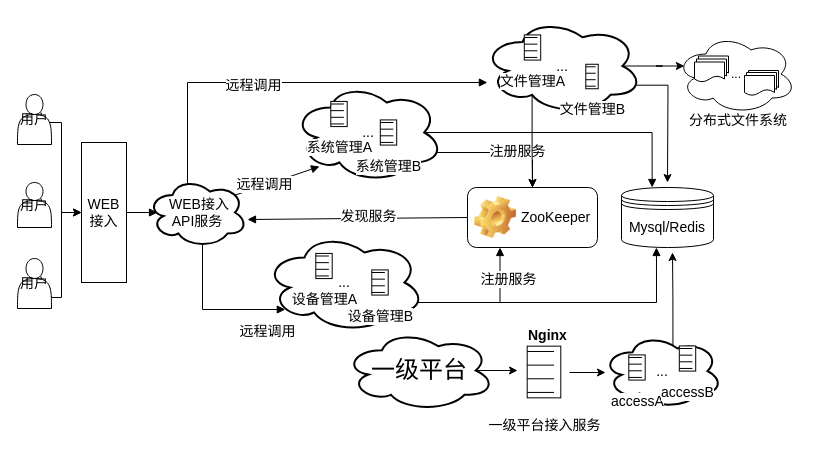
Before: framework.drawio in waterwatermelon/graph, a draw.io diagram. Source tidied: cells renumbered, new cells numbered last; positions are measured from the earlier drawing's top-left corner, leaving out a move shared by most shapes. Both pictures are drawn from the tidied source at 100%, with x=0, y=0 at pixel (17, 18).
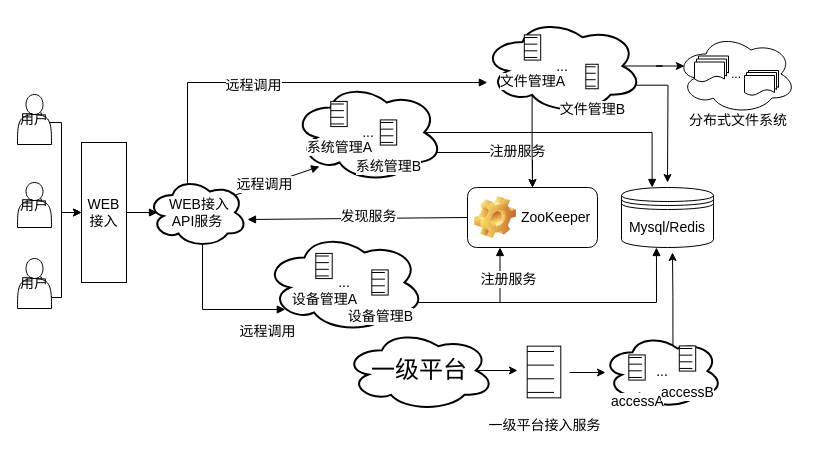
Above is the later version.

What changed in the source:
```diff
@@
-    <mxCell id="47" value="&lt;b&gt;&lt;font style=&quot;font-size: 14px&quot;&gt;Nginx&lt;/font&gt;&lt;/b&gt;" style="text;html=1;align=left;verticalAlign=top;spacingTop=-4;" parent="1" vertex="1">
-      <mxGeometry x="508.5" y="305.5" width="50" height="20" as="geometry" />
-    </mxCell>
```
